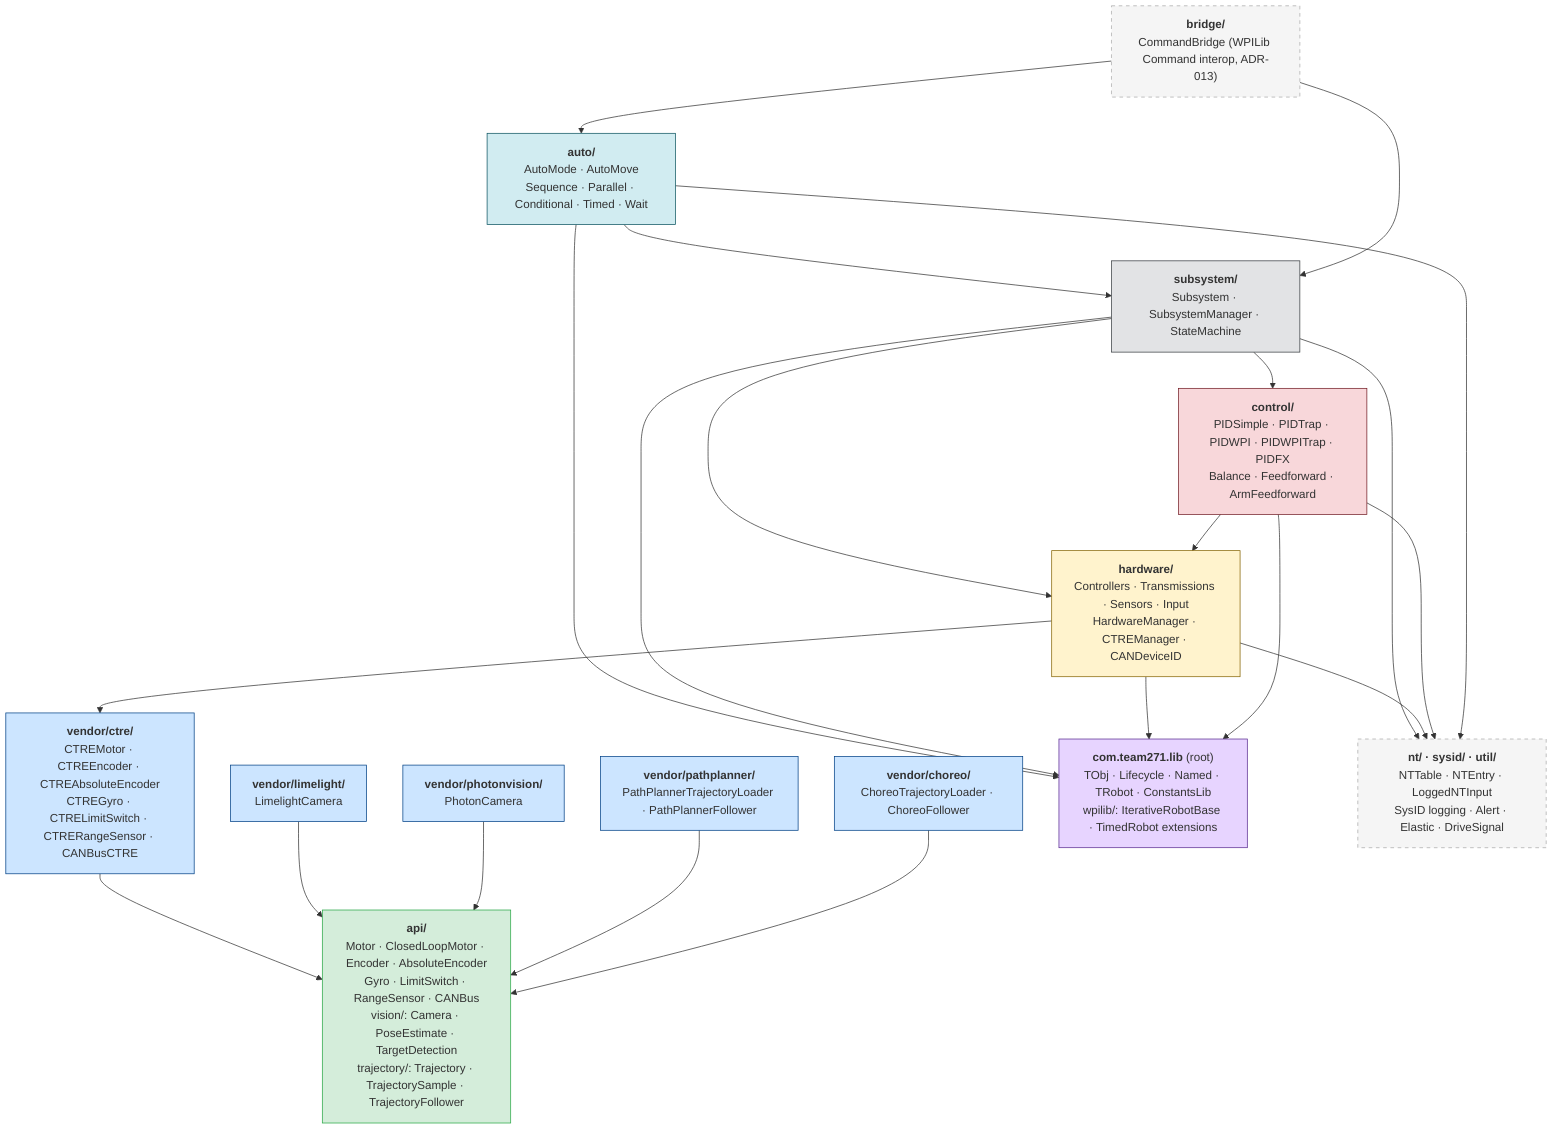
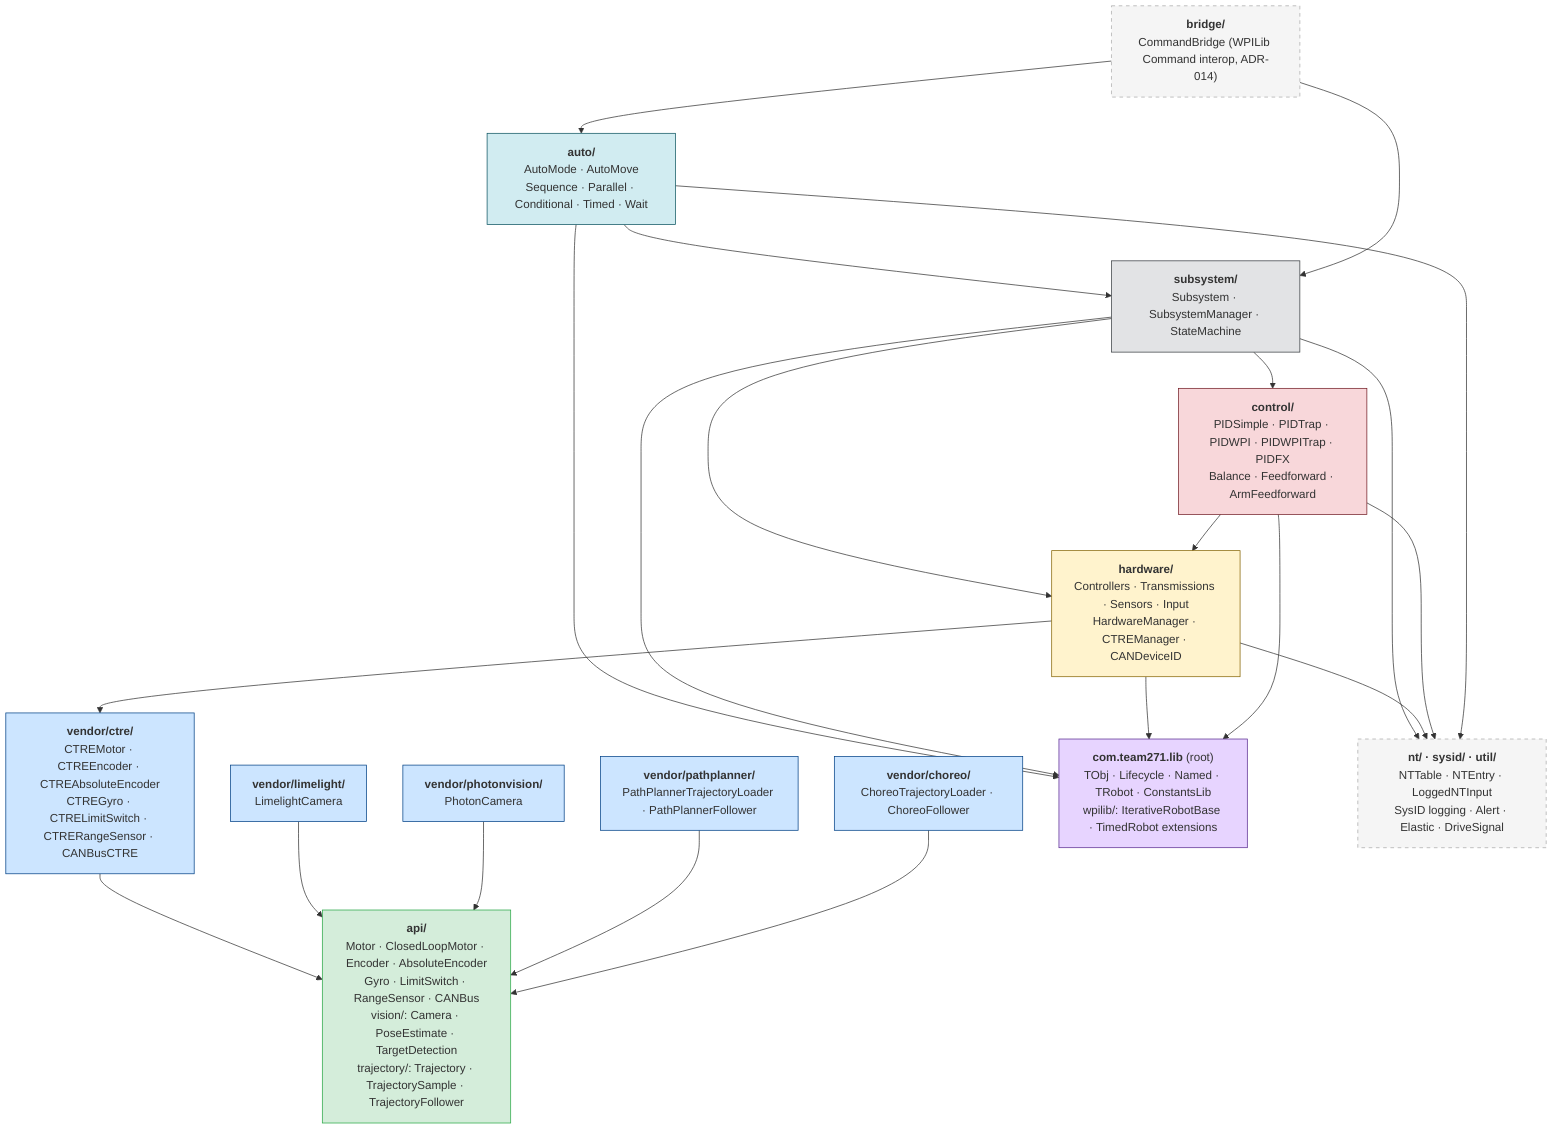
%% Team271-Lib — Six-Layer Architecture Dependency Diagram
%% Each layer may depend only on layers below it.
%% Arrow direction: "depends on"
- %% Source of truth: ADR-004 (layered architecture), ADR-006 (CTRE primary),
- %%                  ADR-013 (PathPlanner + Choreo trajectory abstraction),
- %%                  ADR-016 (vision abstraction), ADR-017 (CAN-bus abstraction)
+ %% Source of truth: ADR-003 (layered architecture), ADR-008 (CTRE primary),
+ %%                  ADR-014 (PathPlanner + Choreo trajectory abstraction),
+ %%                  ADR-007 (vision abstraction), ADR-006 (CAN-bus abstraction)

graph TD
    auto["<b>auto/</b><br/>AutoMode · AutoMove<br/>Sequence · Parallel · Conditional · Timed · Wait"]
    subsystem["<b>subsystem/</b><br/>Subsystem · SubsystemManager · StateMachine"]
    control["<b>control/</b><br/>PIDSimple · PIDTrap · PIDWPI · PIDWPITrap · PIDFX<br/>Balance · Feedforward · ArmFeedforward"]
    hardware["<b>hardware/</b><br/>Controllers · Transmissions · Sensors · Input<br/>HardwareManager · CTREManager · CANDeviceID"]
    vendor_ctre["<b>vendor/ctre/</b><br/>CTREMotor · CTREEncoder · CTREAbsoluteEncoder<br/>CTREGyro · CTRELimitSwitch · CTRERangeSensor · CANBusCTRE"]
    vendor_limelight["<b>vendor/limelight/</b><br/>LimelightCamera"]
    vendor_photon["<b>vendor/photonvision/</b><br/>PhotonCamera"]
    vendor_pathplanner["<b>vendor/pathplanner/</b><br/>PathPlannerTrajectoryLoader · PathPlannerFollower"]
    vendor_choreo["<b>vendor/choreo/</b><br/>ChoreoTrajectoryLoader · ChoreoFollower"]
    api["<b>api/</b><br/>Motor · ClosedLoopMotor · Encoder · AbsoluteEncoder<br/>Gyro · LimitSwitch · RangeSensor · CANBus<br/>vision/: Camera · PoseEstimate · TargetDetection<br/>trajectory/: Trajectory · TrajectorySample · TrajectoryFollower"]
    root["<b>com.team271.lib</b> (root)<br/>TObj · Lifecycle · Named · TRobot · ConstantsLib<br/>wpilib/: IterativeRobotBase · TimedRobot extensions"]
    crosscut["<b>nt/ · sysid/ · util/</b><br/>NTTable · NTEntry · LoggedNTInput<br/>SysID logging · Alert · Elastic · DriveSignal"]
-     bridge["<b>bridge/</b><br/>CommandBridge (WPILib Command interop, ADR-013)"]
+     bridge["<b>bridge/</b><br/>CommandBridge (WPILib Command interop, ADR-014)"]

    auto --> subsystem
    subsystem --> control
    subsystem --> hardware
    control --> hardware
    hardware --> vendor_ctre
    vendor_ctre --> api
    vendor_limelight --> api
    vendor_photon --> api
    vendor_pathplanner --> api
    vendor_choreo --> api
    bridge --> auto
    bridge --> subsystem

    subsystem --> crosscut
    hardware --> crosscut
    control --> crosscut
    auto --> crosscut

    auto --> root
    subsystem --> root
    hardware --> root
    control --> root

    style api fill:#d4edda,stroke:#28a745
    style vendor_ctre fill:#cce5ff,stroke:#004085
    style vendor_limelight fill:#cce5ff,stroke:#004085
    style vendor_photon fill:#cce5ff,stroke:#004085
    style vendor_pathplanner fill:#cce5ff,stroke:#004085
    style vendor_choreo fill:#cce5ff,stroke:#004085
    style hardware fill:#fff3cd,stroke:#856404
    style control fill:#f8d7da,stroke:#721c24
    style subsystem fill:#e2e3e5,stroke:#383d41
    style auto fill:#d1ecf1,stroke:#0c5460
    style root fill:#e7d4ff,stroke:#5a2b91
    style crosscut fill:#f5f5f5,stroke:#aaa,stroke-dasharray: 5 5
    style bridge fill:#f5f5f5,stroke:#aaa,stroke-dasharray: 5 5
